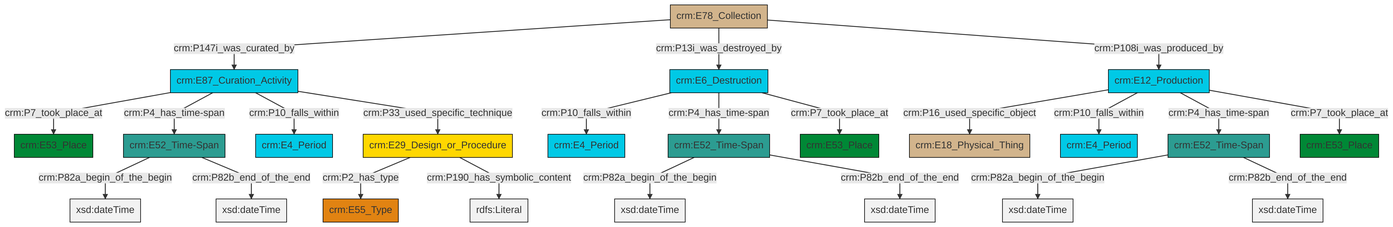
Above: et/archivalCSV/ttl/mmd/png/archival_existence.png in swiss-art-research-net/docs.swissartresearch (Mermaid), before the change. Its source is kept beside it as et/archivalCSV/ttl/mmd/archival_existence.ttl.mmd.
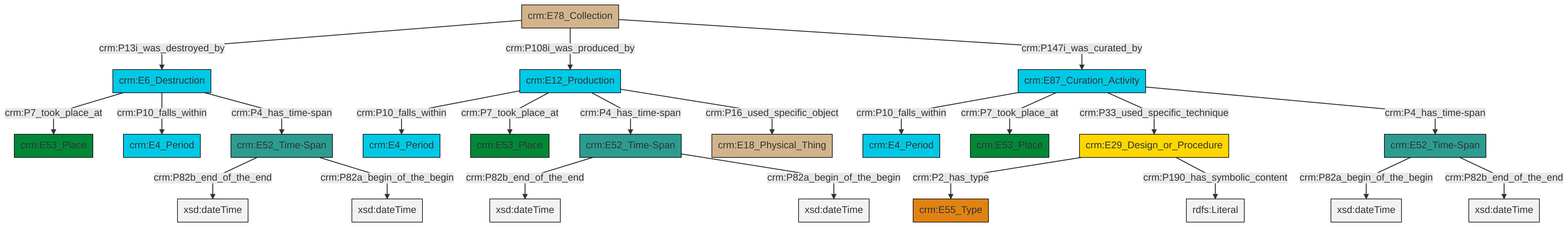
The same file after the commit.

Change to the diagram source:
```diff
@@ -13,25 +13,25 @@
 classDef PC_Classes fill:#4ce600, stroke:#000000;
 classDef Multi fill:#cccccc,stroke:#000000;
 
-2["crm:E78_Collection"]:::Physical_Thing -->|crm:P147i_was_curated_by| 3["crm:E87_Curation_Activity"]:::Temporal_Entity
-6["crm:E52_Time-Span"]:::Time-Span -->|crm:P82a_begin_of_the_begin| 7[xsd:dateTime]:::Literal
-3["crm:E87_Curation_Activity"]:::Temporal_Entity -->|crm:P7_took_place_at| 8["crm:E53_Place"]:::Place
-11["crm:E52_Time-Span"]:::Time-Span -->|crm:P82a_begin_of_the_begin| 12[xsd:dateTime]:::Literal
+2["crm:E52_Time-Span"]:::Time-Span -->|crm:P82b_end_of_the_end| 3[xsd:dateTime]:::Literal
+4["crm:E87_Curation_Activity"]:::Temporal_Entity -->|crm:P10_falls_within| 0["crm:E4_Period"]:::Temporal_Entity
+5["crm:E78_Collection"]:::Physical_Thing -->|crm:P13i_was_destroyed_by| 6["crm:E6_Destruction"]:::Temporal_Entity
+5["crm:E78_Collection"]:::Physical_Thing -->|crm:P108i_was_produced_by| 9["crm:E12_Production"]:::Temporal_Entity
+6["crm:E6_Destruction"]:::Temporal_Entity -->|crm:P7_took_place_at| 10["crm:E53_Place"]:::Place
 13["crm:E29_Design_or_Procedure"]:::Conceptual_Object -->|crm:P2_has_type| 14["crm:E55_Type"]:::Type
-0["crm:E12_Production"]:::Temporal_Entity -->|crm:P16_used_specific_object| 15["crm:E18_Physical_Thing"]:::Physical_Thing
-0["crm:E12_Production"]:::Temporal_Entity -->|crm:P10_falls_within| 17["crm:E4_Period"]:::Temporal_Entity
-0["crm:E12_Production"]:::Temporal_Entity -->|crm:P4_has_time-span| 11["crm:E52_Time-Span"]:::Time-Span
-13["crm:E29_Design_or_Procedure"]:::Conceptual_Object -->|crm:P190_has_symbolic_content| 20[rdfs:Literal]:::Literal
-2["crm:E78_Collection"]:::Physical_Thing -->|crm:P13i_was_destroyed_by| 21["crm:E6_Destruction"]:::Temporal_Entity
-21["crm:E6_Destruction"]:::Temporal_Entity -->|crm:P10_falls_within| 4["crm:E4_Period"]:::Temporal_Entity
-0["crm:E12_Production"]:::Temporal_Entity -->|crm:P7_took_place_at| 9["crm:E53_Place"]:::Place
-21["crm:E6_Destruction"]:::Temporal_Entity -->|crm:P4_has_time-span| 24["crm:E52_Time-Span"]:::Time-Span
-24["crm:E52_Time-Span"]:::Time-Span -->|crm:P82a_begin_of_the_begin| 27[xsd:dateTime]:::Literal
-6["crm:E52_Time-Span"]:::Time-Span -->|crm:P82b_end_of_the_end| 29[xsd:dateTime]:::Literal
-11["crm:E52_Time-Span"]:::Time-Span -->|crm:P82b_end_of_the_end| 32[xsd:dateTime]:::Literal
-3["crm:E87_Curation_Activity"]:::Temporal_Entity -->|crm:P4_has_time-span| 6["crm:E52_Time-Span"]:::Time-Span
-2["crm:E78_Collection"]:::Physical_Thing -->|crm:P108i_was_produced_by| 0["crm:E12_Production"]:::Temporal_Entity
-21["crm:E6_Destruction"]:::Temporal_Entity -->|crm:P7_took_place_at| 25["crm:E53_Place"]:::Place
-24["crm:E52_Time-Span"]:::Time-Span -->|crm:P82b_end_of_the_end| 37[xsd:dateTime]:::Literal
-3["crm:E87_Curation_Activity"]:::Temporal_Entity -->|crm:P10_falls_within| 34["crm:E4_Period"]:::Temporal_Entity
-3["crm:E87_Curation_Activity"]:::Temporal_Entity -->|crm:P33_used_specific_technique| 13["crm:E29_Design_or_Procedure"]:::Conceptual_Object
+4["crm:E87_Curation_Activity"]:::Temporal_Entity -->|crm:P7_took_place_at| 7["crm:E53_Place"]:::Place
+2["crm:E52_Time-Span"]:::Time-Span -->|crm:P82a_begin_of_the_begin| 15[xsd:dateTime]:::Literal
+6["crm:E6_Destruction"]:::Temporal_Entity -->|crm:P10_falls_within| 17["crm:E4_Period"]:::Temporal_Entity
+9["crm:E12_Production"]:::Temporal_Entity -->|crm:P10_falls_within| 19["crm:E4_Period"]:::Temporal_Entity
+11["crm:E52_Time-Span"]:::Time-Span -->|crm:P82b_end_of_the_end| 20[xsd:dateTime]:::Literal
+4["crm:E87_Curation_Activity"]:::Temporal_Entity -->|crm:P33_used_specific_technique| 13["crm:E29_Design_or_Procedure"]:::Conceptual_Object
+13["crm:E29_Design_or_Procedure"]:::Conceptual_Object -->|crm:P190_has_symbolic_content| 22[rdfs:Literal]:::Literal
+9["crm:E12_Production"]:::Temporal_Entity -->|crm:P7_took_place_at| 23["crm:E53_Place"]:::Place
+11["crm:E52_Time-Span"]:::Time-Span -->|crm:P82a_begin_of_the_begin| 24[xsd:dateTime]:::Literal
+6["crm:E6_Destruction"]:::Temporal_Entity -->|crm:P4_has_time-span| 2["crm:E52_Time-Span"]:::Time-Span
+9["crm:E12_Production"]:::Temporal_Entity -->|crm:P4_has_time-span| 11["crm:E52_Time-Span"]:::Time-Span
+29["crm:E52_Time-Span"]:::Time-Span -->|crm:P82a_begin_of_the_begin| 30[xsd:dateTime]:::Literal
+29["crm:E52_Time-Span"]:::Time-Span -->|crm:P82b_end_of_the_end| 31[xsd:dateTime]:::Literal
+4["crm:E87_Curation_Activity"]:::Temporal_Entity -->|crm:P4_has_time-span| 29["crm:E52_Time-Span"]:::Time-Span
+5["crm:E78_Collection"]:::Physical_Thing -->|crm:P147i_was_curated_by| 4["crm:E87_Curation_Activity"]:::Temporal_Entity
+9["crm:E12_Production"]:::Temporal_Entity -->|crm:P16_used_specific_object| 36["crm:E18_Physical_Thing"]:::Physical_Thing
```
